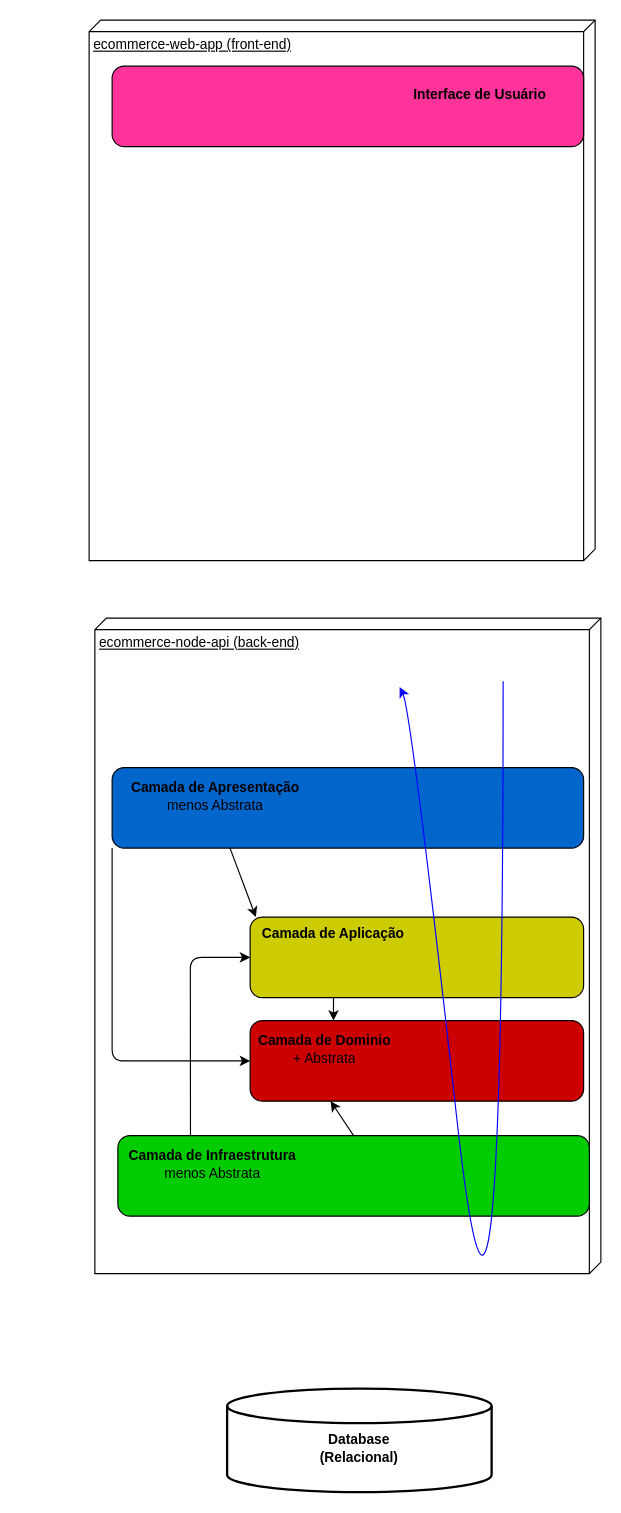
Above: page "Arquitetura em camadas" (1 of 2) of requiriments/ecommerce-arquitetura.drawio in Leandroallvess/ecommerce-node-api (draw.io), before the change. Source tidied: cells renumbered, new cells numbered last; positions are measured from the earlier drawing's top-left corner, leaving out a move shared by most shapes. Both pictures are drawn from the tidied source at 115%, with x=0, y=0 at pixel (89, 20).
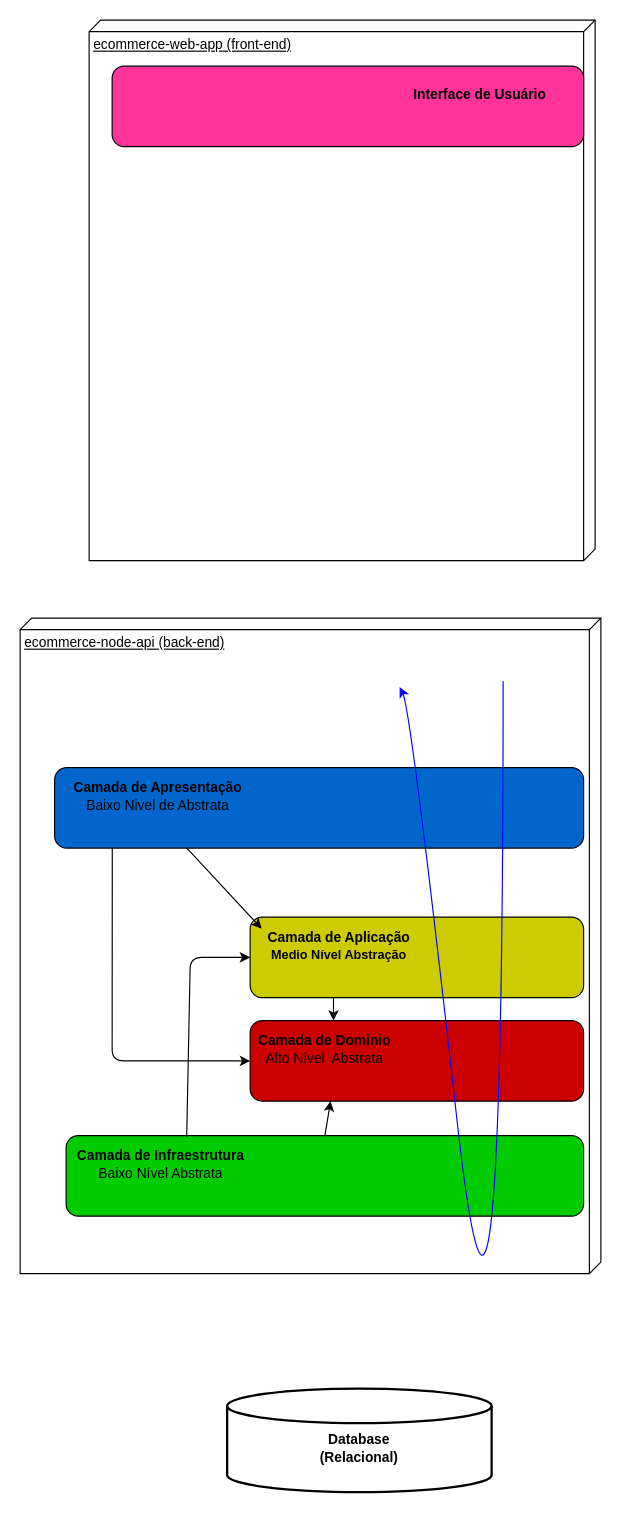
Above is the later version.

Commit message:
Parte 15 | Infraestrutura

Unchanged cells that the change refers to:
```xml
<mxCell id="5" style="rounded=1;whiteSpace=wrap;html=1;fillColor=#CC0000;" parent="1" vertex="1">
  <mxGeometry x="140" y="870" width="290" height="70" as="geometry" />
</mxCell>
<mxCell id="8" style="rounded=1;whiteSpace=wrap;html=1;fillColor=#CCCC00;" parent="1" vertex="1">
  <mxGeometry x="140" y="780" width="290" height="70" as="geometry" />
</mxCell>
```

Change to the diagram source:
```diff
@@
     <mxCell id="2" value="ecommerce-node-api (back-end)" style="verticalAlign=top;align=left;spacingTop=8;spacingLeft=2;spacingRight=12;shape=cube;size=10;direction=south;fontStyle=4;html=1;" parent="1" vertex="1">
-      <mxGeometry x="5" y="520" width="440" height="570" as="geometry" />
+      <mxGeometry x="-60" y="520" width="505" height="570" as="geometry" />
     </mxCell>
@@
-    <mxCell id="6" value="&lt;b&gt;Camada de Dominio&lt;/b&gt;&lt;br&gt;+ Abstrata" style="text;html=1;strokeColor=none;fillColor=#CC0000;align=center;verticalAlign=middle;whiteSpace=wrap;rounded=0;" parent="1" vertex="1">
+    <mxCell id="6" value="&lt;b&gt;Camada de Dominio&lt;/b&gt;&lt;br&gt;Alto Nível&amp;nbsp; Abstrata" style="text;html=1;strokeColor=none;fillColor=#CC0000;align=center;verticalAlign=middle;whiteSpace=wrap;rounded=0;" parent="1" vertex="1">
       <mxGeometry x="145" y="880" width="120" height="30" as="geometry" />
     </mxCell>
@@
-    <mxCell id="9" value="&lt;b&gt;Camada de Aplicação&lt;/b&gt;" style="text;html=1;strokeColor=none;fillColor=none;align=center;verticalAlign=middle;whiteSpace=wrap;rounded=0;" parent="1" vertex="1">
-      <mxGeometry x="145" y="780" width="135" height="30" as="geometry" />
+    <mxCell id="9" value="&lt;b style=&quot;&quot;&gt;Camada de Aplicação&lt;br&gt;&lt;font style=&quot;font-size: 11px;&quot;&gt;Medio Nível Abstração&lt;/font&gt;&lt;br&gt;&lt;/b&gt;" style="text;html=1;strokeColor=none;fillColor=none;align=center;verticalAlign=middle;whiteSpace=wrap;rounded=0;" parent="1" vertex="1">
+      <mxGeometry x="150" y="790" width="135" height="30" as="geometry" />
     </mxCell>
@@
     <mxCell id="11" style="rounded=1;whiteSpace=wrap;html=1;fillColor=#00CC00;" parent="1" vertex="1">
-      <mxGeometry x="25" y="970" width="410" height="70" as="geometry" />
+      <mxGeometry x="-20" y="970" width="450" height="70" as="geometry" />
     </mxCell>
-    <mxCell id="12" value="&lt;b&gt;Camada de Infraestrutura&lt;/b&gt;&lt;br&gt;menos Abstrata" style="text;html=1;strokeColor=none;fillColor=none;align=center;verticalAlign=middle;whiteSpace=wrap;rounded=0;" parent="1" vertex="1">
-      <mxGeometry x="25" y="980" width="165" height="30" as="geometry" />
+    <mxCell id="12" value="&lt;b&gt;Camada de Infraestrutura&lt;/b&gt;&lt;br&gt;Baixo Nível Abstrata" style="text;html=1;strokeColor=none;fillColor=none;align=center;verticalAlign=middle;whiteSpace=wrap;rounded=0;" parent="1" vertex="1">
+      <mxGeometry x="-20" y="980" width="165" height="30" as="geometry" />
     </mxCell>
@@
-    <mxCell id="15" style="edgeStyle=none;html=1;exitX=0.154;exitY=-0.007;exitDx=0;exitDy=0;exitPerimeter=0;entryX=0;entryY=0.5;entryDx=0;entryDy=0;" parent="1" edge="1" source="11" target="8">
+    <mxCell id="15" style="edgeStyle=none;html=1;exitX=0.233;exitY=0.014;exitDx=0;exitDy=0;exitPerimeter=0;entryX=0;entryY=0.5;entryDx=0;entryDy=0;" parent="1" edge="1" source="11" target="8">
       <mxGeometry relative="1" as="geometry">
         <Array as="points">
           <mxPoint x="88" y="815" />
         </Array>
       </mxGeometry>
     </mxCell>
@@
-    <mxCell id="17" style="edgeStyle=none;html=1;exitX=0;exitY=1;exitDx=0;exitDy=0;entryX=0;entryY=0.5;entryDx=0;entryDy=0;" parent="1" edge="1" source="18" target="5">
+    <mxCell id="17" style="edgeStyle=none;html=1;exitX=0.109;exitY=0.986;exitDx=0;exitDy=0;entryX=0;entryY=0.5;entryDx=0;entryDy=0;exitPerimeter=0;" parent="1" edge="1" source="18" target="5">
       <mxGeometry relative="1" as="geometry">
         <Array as="points">
           <mxPoint x="20" y="905" />
         </Array>
       </mxGeometry>
     </mxCell>
     <mxCell id="18" style="rounded=1;whiteSpace=wrap;html=1;fillColor=#0066CC;" parent="1" vertex="1">
-      <mxGeometry x="20" y="650" width="410" height="70" as="geometry" />
+      <mxGeometry x="-30" y="650" width="460" height="70" as="geometry" />
     </mxCell>
-    <mxCell id="19" value="&lt;b&gt;Camada de Apresentação&lt;/b&gt;&lt;br&gt;menos Abstrata" style="text;html=1;strokeColor=none;fillColor=none;align=center;verticalAlign=middle;whiteSpace=wrap;rounded=0;" parent="1" vertex="1">
-      <mxGeometry x="30" y="660" width="160" height="30" as="geometry" />
+    <mxCell id="19" value="&lt;b&gt;Camada de Apresentação&lt;/b&gt;&lt;br&gt;Baixo Nivel de Abstrata" style="text;html=1;strokeColor=none;fillColor=none;align=center;verticalAlign=middle;whiteSpace=wrap;rounded=0;" parent="1" vertex="1">
+      <mxGeometry x="-20" y="660" width="160" height="30" as="geometry" />
     </mxCell>
```
